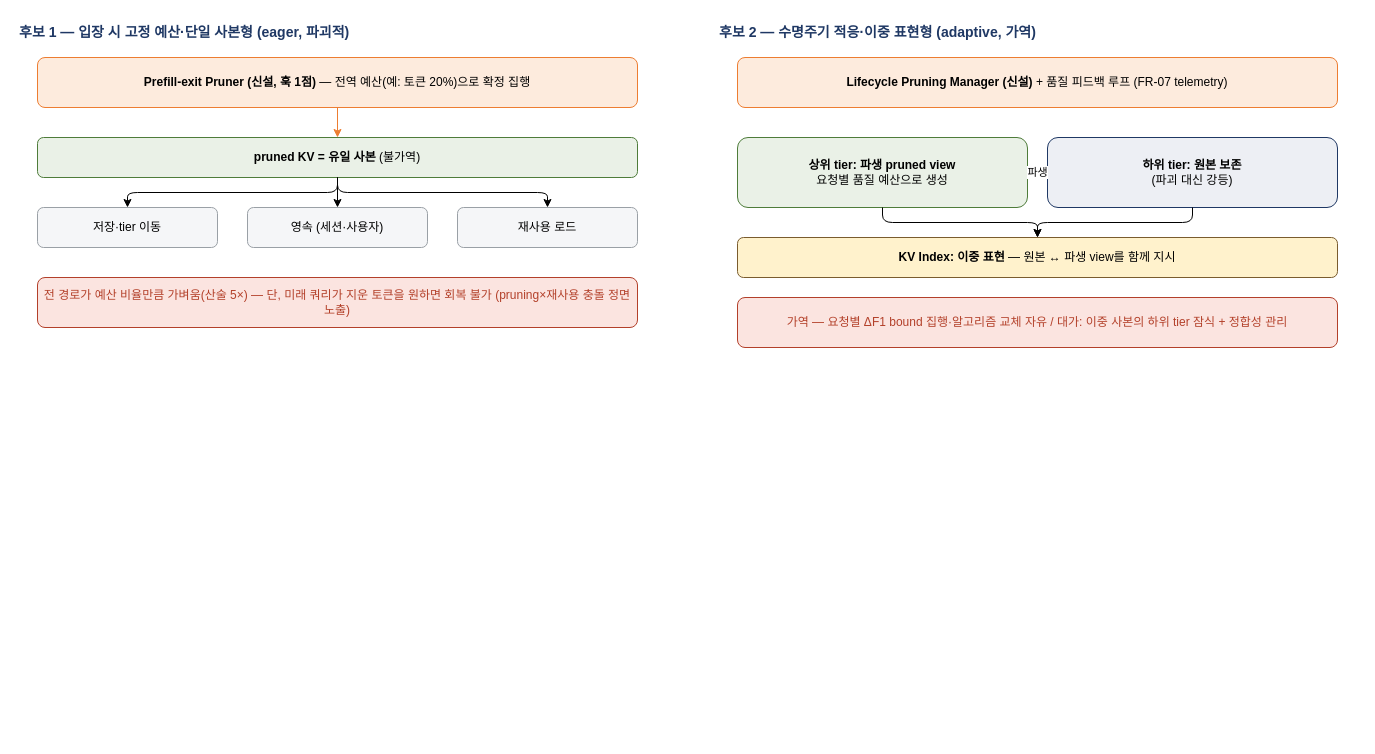
Earlier version of the draw.io diagram diagrams/kv_dp4_candidates.drawio (mkim0628/architect). Source tidied: cells renumbered, new cells numbered last; positions are measured from the earlier drawing's top-left corner, leaving out a move shared by most shapes. Both pictures are drawn from the tidied source at 100%, with x=0, y=0 at pixel (17, 17).
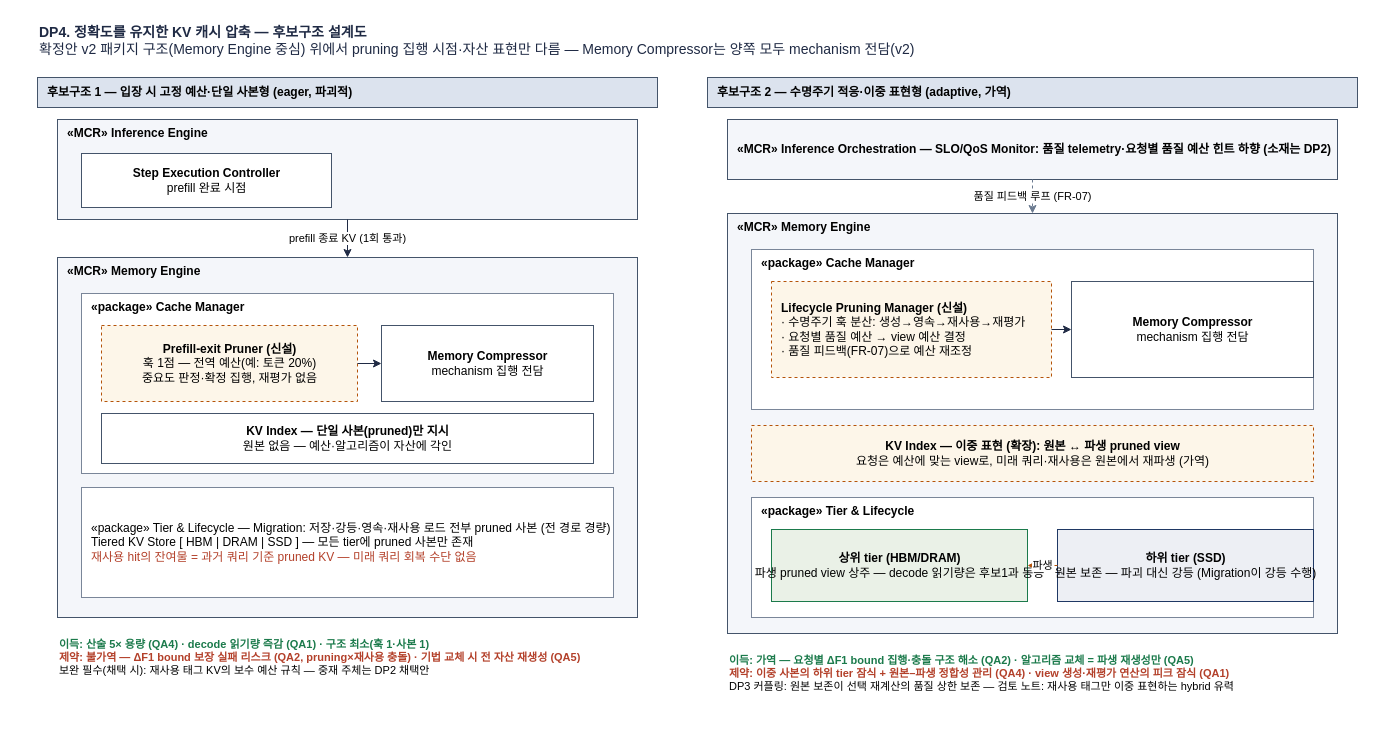
The same page after the edit.

The edit, as a diff of the source:
```diff
@@
-    <mxCell id="2" value="&lt;b&gt;후보 1 — 입장 시 고정 예산·단일 사본형 (eager, 파괴적)&lt;/b&gt;" style="text;html=1;fontSize=14;fontColor=#1F3864;" parent="1" vertex="1">
-      <mxGeometry width="640" height="30" as="geometry" />
-    </mxCell>
+    <mxCell id="22" value="&lt;b&gt;DP4. 정확도를 유지한 KV 캐시 압축 — 후보구조 설계도&lt;/b&gt;&lt;br&gt;확정안 v2 패키지 구조(Memory Engine 중심) 위에서 pruning 집행 시점·자산 표현만 다름 — Memory Compressor는 양쪽 모두 mechanism 전담(v2)" style="text;html=1;fontSize=14;fontColor=#1F2A44;" parent="1" vertex="1">
+      <mxGeometry x="20" width="1000" height="46" as="geometry" />
+    </mxCell>
+    <mxCell id="23" value="&lt;b&gt;후보구조 1 — 입장 시 고정 예산·단일 사본형 (eager, 파괴적)&lt;/b&gt;" style="fillColor=#DCE3EE;strokeColor=#44546A;html=1;align=left;spacingLeft=8;" parent="1" vertex="1">
+      <mxGeometry x="20" y="60" width="620" height="30" as="geometry" />
+    </mxCell>
+    <mxCell id="24" value="«MCR» Inference Engine" style="rounded=0;html=1;fillColor=#F4F6FA;strokeColor=#44546A;verticalAlign=top;align=left;spacingLeft=8;fontStyle=1;" parent="1" vertex="1">
+      <mxGeometry x="40" y="102" width="580" height="100" as="geometry" />
+    </mxCell>
+    <mxCell id="25" value="&lt;b&gt;Step Execution Controller&lt;/b&gt;&lt;br&gt;prefill 완료 시점" style="html=1;fillColor=#FFFFFF;strokeColor=#44546A;" parent="1" vertex="1">
+      <mxGeometry x="64" y="136" width="250" height="54" as="geometry" />
+    </mxCell>
+    <mxCell id="26" value="«MCR» Memory Engine" style="rounded=0;html=1;fillColor=#F4F6FA;strokeColor=#44546A;verticalAlign=top;align=left;spacingLeft=8;fontStyle=1;" parent="1" vertex="1">
+      <mxGeometry x="40" y="240" width="580" height="360" as="geometry" />
+    </mxCell>
+    <mxCell id="27" value="prefill 종료 KV (1회 통과)" style="html=1;strokeColor=#1F2A44;" parent="1" edge="1" source="24" target="26">
+      <mxGeometry relative="1" as="geometry" />
+    </mxCell>
+    <mxCell id="28" value="«package» Cache Manager" style="rounded=0;html=1;fillColor=#FFFFFF;strokeColor=#7A8699;verticalAlign=top;align=left;spacingLeft=8;fontStyle=1;" parent="1" vertex="1">
+      <mxGeometry x="64" y="276" width="532" height="180" as="geometry" />
+    </mxCell>
-    <mxCell id="3" value="&lt;b&gt;Prefill-exit Pruner (신설, 훅 1점)&lt;/b&gt; — 전역 예산(예: 토큰 20%)으로 확정 집행" style="rounded=1;whiteSpace=wrap;html=1;fillColor=#FDEBDD;strokeColor=#ED7D31;" parent="1" vertex="1">
-      <mxGeometry x="20" y="40" width="600" height="50" as="geometry" />
+    <mxCell id="3" value="&lt;b&gt;Prefill-exit Pruner (신설)&lt;/b&gt;&lt;br&gt;훅 1점 — 전역 예산(예: 토큰 20%)&lt;br&gt;중요도 판정·확정 집행, 재평가 없음" style="html=1;fillColor=#FDF6E9;strokeColor=#B45309;dashed=1;" parent="1" vertex="1">
+      <mxGeometry x="84" y="308" width="256" height="76" as="geometry" />
     </mxCell>
-    <mxCell id="4" value="&lt;b&gt;pruned KV = 유일 사본&lt;/b&gt; (불가역)" style="rounded=1;whiteSpace=wrap;html=1;fillColor=#EAF1E7;strokeColor=#4E7C3A;" parent="1" vertex="1">
-      <mxGeometry x="20" y="120" width="600" height="40" as="geometry" />
-    </mxCell>
-    <mxCell id="5" value="저장·tier 이동" style="rounded=1;whiteSpace=wrap;html=1;fillColor=#F5F6F8;strokeColor=#9AA0A6;" parent="1" vertex="1">
-      <mxGeometry x="20" y="190" width="180" height="40" as="geometry" />
-    </mxCell>
-    <mxCell id="6" value="영속 (세션·사용자)" style="rounded=1;whiteSpace=wrap;html=1;fillColor=#F5F6F8;strokeColor=#9AA0A6;" parent="1" vertex="1">
-      <mxGeometry x="230" y="190" width="180" height="40" as="geometry" />
-    </mxCell>
-    <mxCell id="7" value="재사용 로드" style="rounded=1;whiteSpace=wrap;html=1;fillColor=#F5F6F8;strokeColor=#9AA0A6;" parent="1" vertex="1">
-      <mxGeometry x="440" y="190" width="180" height="40" as="geometry" />
-    </mxCell>
-    <mxCell id="8" value="전 경로가 예산 비율만큼 가벼움(산술 5×) — 단, 미래 쿼리가 지운 토큰을 원하면 회복 불가 (pruning×재사용 충돌 정면 노출)" style="rounded=1;whiteSpace=wrap;html=1;fillColor=#FBE4E0;strokeColor=#B3402A;fontColor=#B3402A;" parent="1" vertex="1">
-      <mxGeometry x="20" y="260" width="600" height="50" as="geometry" />
-    </mxCell>
-    <mxCell id="9" style="edgeStyle=orthogonalEdgeStyle;html=1;strokeColor=#ED7D31;" parent="1" edge="1" source="3" target="4">
-      <mxGeometry relative="1" as="geometry" />
-    </mxCell>
-    <mxCell id="10" style="edgeStyle=orthogonalEdgeStyle;html=1;" parent="1" edge="1" source="4" target="5">
-      <mxGeometry relative="1" as="geometry" />
-    </mxCell>
-    <mxCell id="11" style="edgeStyle=orthogonalEdgeStyle;html=1;" parent="1" edge="1" source="4" target="6">
-      <mxGeometry relative="1" as="geometry" />
-    </mxCell>
-    <mxCell id="12" style="edgeStyle=orthogonalEdgeStyle;html=1;" parent="1" edge="1" source="4" target="7">
-      <mxGeometry relative="1" as="geometry" />
-    </mxCell>
-    <mxCell id="13" value="&lt;b&gt;후보 2 — 수명주기 적응·이중 표현형 (adaptive, 가역)&lt;/b&gt;" style="text;html=1;fontSize=14;fontColor=#1F3864;" parent="1" vertex="1">
-      <mxGeometry x="700" width="640" height="30" as="geometry" />
-    </mxCell>
-    <mxCell id="14" value="&lt;b&gt;Lifecycle Pruning Manager (신설)&lt;/b&gt; + 품질 피드백 루프 (FR-07 telemetry)" style="rounded=1;whiteSpace=wrap;html=1;fillColor=#FDEBDD;strokeColor=#ED7D31;" parent="1" vertex="1">
-      <mxGeometry x="720" y="40" width="600" height="50" as="geometry" />
-    </mxCell>
+    <mxCell id="29" value="&lt;b&gt;Memory Compressor&lt;/b&gt;&lt;br&gt;mechanism 집행 전담" style="html=1;fillColor=#FFFFFF;strokeColor=#44546A;" parent="1" vertex="1">
+      <mxGeometry x="364" y="308" width="212" height="76" as="geometry" />
+    </mxCell>
+    <mxCell id="30" style="html=1;strokeColor=#1F2A44;" parent="1" edge="1" source="3" target="29">
+      <mxGeometry relative="1" as="geometry" />
+    </mxCell>
+    <mxCell id="31" value="&lt;b&gt;KV Index — 단일 사본(pruned)만 지시&lt;/b&gt;&lt;br&gt;원본 없음 — 예산·알고리즘이 자산에 각인" style="html=1;fillColor=#FFFFFF;strokeColor=#44546A;" parent="1" vertex="1">
+      <mxGeometry x="84" y="396" width="492" height="50" as="geometry" />
+    </mxCell>
+    <mxCell id="32" value="«package» Tier &amp; Lifecycle — Migration: 저장·강등·영속·재사용 로드 전부 pruned 사본 (전 경로 경량)&lt;br&gt;Tiered KV Store [ HBM | DRAM | SSD ] — 모든 tier에 pruned 사본만 존재&lt;br&gt;&lt;font color=&quot;#B3402A&quot;&gt;재사용 hit의 잔여물 = 과거 쿼리 기준 pruned KV — 미래 쿼리 회복 수단 없음&lt;/font&gt;" style="rounded=0;html=1;fillColor=#FFFFFF;strokeColor=#7A8699;align=left;spacingLeft=8;" parent="1" vertex="1">
+      <mxGeometry x="64" y="470" width="532" height="110" as="geometry" />
+    </mxCell>
+    <mxCell id="33" value="&lt;font color=&quot;#1B7A4B&quot;&gt;&lt;b&gt;이득: 산술 5× 용량 (QA4) · decode 읽기량 즉감 (QA1) · 구조 최소(훅 1·사본 1)&lt;/b&gt;&lt;/font&gt;&lt;br&gt;&lt;font color=&quot;#B3402A&quot;&gt;&lt;b&gt;제약: 불가역 — ΔF1 bound 보장 실패 리스크 (QA2, pruning×재사용 충돌) · 기법 교체 시 전 자산 재생성 (QA5)&lt;/b&gt;&lt;/font&gt;&lt;br&gt;보완 필수(채택 시): 재사용 태그 KV의 보수 예산 규칙 — 중재 주체는 DP2 채택안" style="text;html=1;fontSize=11;align=left;" parent="1" vertex="1">
+      <mxGeometry x="40" y="614" width="580" height="90" as="geometry" />
+    </mxCell>
+    <mxCell id="34" value="&lt;b&gt;후보구조 2 — 수명주기 적응·이중 표현형 (adaptive, 가역)&lt;/b&gt;" style="fillColor=#DCE3EE;strokeColor=#44546A;html=1;align=left;spacingLeft=8;" parent="1" vertex="1">
+      <mxGeometry x="690" y="60" width="650" height="30" as="geometry" />
+    </mxCell>
+    <mxCell id="35" value="«MCR» Inference Orchestration — SLO/QoS Monitor: 품질 telemetry·요청별 품질 예산 힌트 하향 (소재는 DP2)" style="rounded=0;html=1;fillColor=#F4F6FA;strokeColor=#44546A;align=left;spacingLeft=8;fontStyle=1;" parent="1" vertex="1">
+      <mxGeometry x="710" y="102" width="610" height="60" as="geometry" />
+    </mxCell>
+    <mxCell id="36" value="«MCR» Memory Engine" style="rounded=0;html=1;fillColor=#F4F6FA;strokeColor=#44546A;verticalAlign=top;align=left;spacingLeft=8;fontStyle=1;" parent="1" vertex="1">
+      <mxGeometry x="710" y="196" width="610" height="420" as="geometry" />
+    </mxCell>
+    <mxCell id="37" value="품질 피드백 루프 (FR-07)" style="html=1;strokeColor=#6B7A90;dashed=1;" parent="1" edge="1" source="35" target="36">
+      <mxGeometry relative="1" as="geometry" />
+    </mxCell>
+    <mxCell id="38" value="«package» Cache Manager" style="rounded=0;html=1;fillColor=#FFFFFF;strokeColor=#7A8699;verticalAlign=top;align=left;spacingLeft=8;fontStyle=1;" parent="1" vertex="1">
+      <mxGeometry x="734" y="232" width="562" height="160" as="geometry" />
+    </mxCell>
+    <mxCell id="39" value="&lt;b&gt;Lifecycle Pruning Manager (신설)&lt;/b&gt;&lt;br&gt;· 수명주기 훅 분산: 생성→영속→재사용→재평가&lt;br&gt;· 요청별 품질 예산 → view 예산 결정&lt;br&gt;· 품질 피드백(FR-07)으로 예산 재조정" style="html=1;fillColor=#FDF6E9;strokeColor=#B45309;dashed=1;align=left;spacingLeft=8;" parent="1" vertex="1">
+      <mxGeometry x="754" y="264" width="280" height="96" as="geometry" />
+    </mxCell>
+    <mxCell id="40" value="&lt;b&gt;Memory Compressor&lt;/b&gt;&lt;br&gt;mechanism 집행 전담" style="html=1;fillColor=#FFFFFF;strokeColor=#44546A;" parent="1" vertex="1">
+      <mxGeometry x="1054" y="264" width="242" height="96" as="geometry" />
+    </mxCell>
+    <mxCell id="41" style="html=1;strokeColor=#1F2A44;" parent="1" edge="1" source="39" target="40">
+      <mxGeometry relative="1" as="geometry" />
+    </mxCell>
+    <mxCell id="17" value="&lt;b&gt;KV Index — 이중 표현 (확장): 원본 ↔ 파생 pruned view&lt;/b&gt;&lt;br&gt;요청은 예산에 맞는 view로, 미래 쿼리·재사용은 원본에서 재파생 (가역)" style="html=1;fillColor=#FDF6E9;strokeColor=#B45309;dashed=1;" parent="1" vertex="1">
+      <mxGeometry x="734" y="408" width="562" height="56" as="geometry" />
+    </mxCell>
+    <mxCell id="42" value="«package» Tier &amp; Lifecycle" style="rounded=0;html=1;fillColor=#FFFFFF;strokeColor=#7A8699;verticalAlign=top;align=left;spacingLeft=8;fontStyle=1;" parent="1" vertex="1">
+      <mxGeometry x="734" y="480" width="562" height="120" as="geometry" />
+    </mxCell>
-    <mxCell id="15" value="&lt;b&gt;상위 tier: 파생 pruned view&lt;/b&gt;&lt;br&gt;요청별 품질 예산으로 생성" style="rounded=1;whiteSpace=wrap;html=1;fillColor=#EAF1E7;strokeColor=#4E7C3A;" parent="1" vertex="1">
-      <mxGeometry x="720" y="120" width="290" height="70" as="geometry" />
+    <mxCell id="15" value="&lt;b&gt;상위 tier (HBM/DRAM)&lt;/b&gt;&lt;br&gt;파생 pruned view 상주 — decode 읽기량은 후보1과 동등" style="html=1;fillColor=#EAF1E7;strokeColor=#1B7A4B;" parent="1" vertex="1">
+      <mxGeometry x="754" y="512" width="256" height="72" as="geometry" />
     </mxCell>
-    <mxCell id="16" value="&lt;b&gt;하위 tier: 원본 보존&lt;/b&gt;&lt;br&gt;(파괴 대신 강등)" style="rounded=1;whiteSpace=wrap;html=1;fillColor=#EDEFF4;strokeColor=#1F3864;" parent="1" vertex="1">
-      <mxGeometry x="1030" y="120" width="290" height="70" as="geometry" />
+    <mxCell id="16" value="&lt;b&gt;하위 tier (SSD)&lt;/b&gt;&lt;br&gt;원본 보존 — 파괴 대신 강등 (Migration이 강등 수행)" style="html=1;fillColor=#EDEFF4;strokeColor=#1F3864;" parent="1" vertex="1">
+      <mxGeometry x="1040" y="512" width="256" height="72" as="geometry" />
     </mxCell>
-    <mxCell id="17" value="&lt;b&gt;KV Index: 이중 표현&lt;/b&gt; — 원본 ↔ 파생 view를 함께 지시" style="rounded=1;whiteSpace=wrap;html=1;fillColor=#FFF2CC;strokeColor=#7A5C2E;" parent="1" vertex="1">
-      <mxGeometry x="720" y="220" width="600" height="40" as="geometry" />
-    </mxCell>
-    <mxCell id="18" value="가역 — 요청별 ΔF1 bound 집행·알고리즘 교체 자유 / 대가: 이중 사본의 하위 tier 잠식 + 정합성 관리" style="rounded=1;whiteSpace=wrap;html=1;fillColor=#FBE4E0;strokeColor=#B3402A;fontColor=#B3402A;" parent="1" vertex="1">
-      <mxGeometry x="720" y="280" width="600" height="50" as="geometry" />
-    </mxCell>
-    <mxCell id="19" value="파생" style="edgeStyle=orthogonalEdgeStyle;html=1;strokeColor=#ED7D31;" parent="1" edge="1" source="16" target="15">
+    <mxCell id="19" value="파생" style="html=1;strokeColor=#B45309;dashed=1;" parent="1" edge="1" source="16" target="15">
       <mxGeometry relative="1" as="geometry" />
     </mxCell>
-    <mxCell id="20" style="edgeStyle=orthogonalEdgeStyle;html=1;" parent="1" edge="1" source="15" target="17">
-      <mxGeometry relative="1" as="geometry" />
-    </mxCell>
-    <mxCell id="21" style="edgeStyle=orthogonalEdgeStyle;html=1;" parent="1" edge="1" source="16" target="17">
-      <mxGeometry relative="1" as="geometry" />
-    </mxCell>
+    <mxCell id="43" value="&lt;font color=&quot;#1B7A4B&quot;&gt;&lt;b&gt;이득: 가역 — 요청별 ΔF1 bound 집행·충돌 구조 해소 (QA2) · 알고리즘 교체 = 파생 재생성만 (QA5)&lt;/b&gt;&lt;/font&gt;&lt;br&gt;&lt;font color=&quot;#B3402A&quot;&gt;&lt;b&gt;제약: 이중 사본의 하위 tier 잠식 + 원본–파생 정합성 관리 (QA4) · view 생성·재평가 연산의 피크 잠식 (QA1)&lt;/b&gt;&lt;/font&gt;&lt;br&gt;DP3 커플링: 원본 보존이 선택 재계산의 품질 상한 보존 — 검토 노트: 재사용 태그만 이중 표현하는 hybrid 유력" style="text;html=1;fontSize=11;align=left;" parent="1" vertex="1">
+      <mxGeometry x="710" y="630" width="610" height="90" as="geometry" />
+    </mxCell>
```
